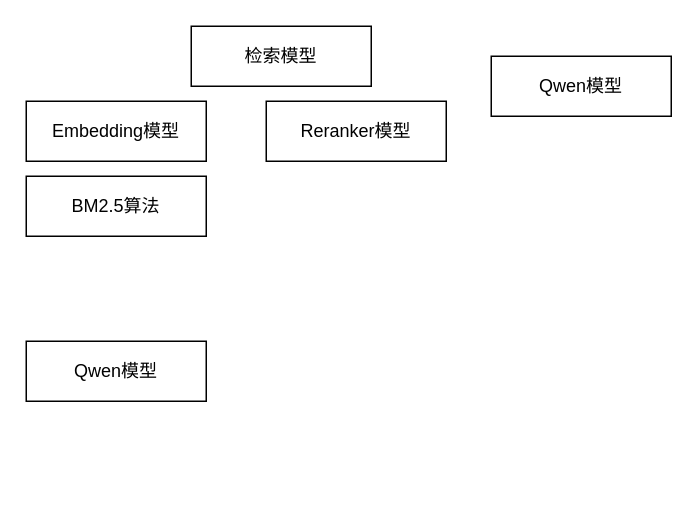
Above: RAG.drawio in limpid-11/drawio (draw.io), before the change. Source tidied: cells renumbered, new cells numbered last; positions are measured from the earlier drawing's top-left corner, leaving out a move shared by most shapes. Both pictures are drawn from the tidied source at 150%, with x=0, y=0 at pixel (26, 26).
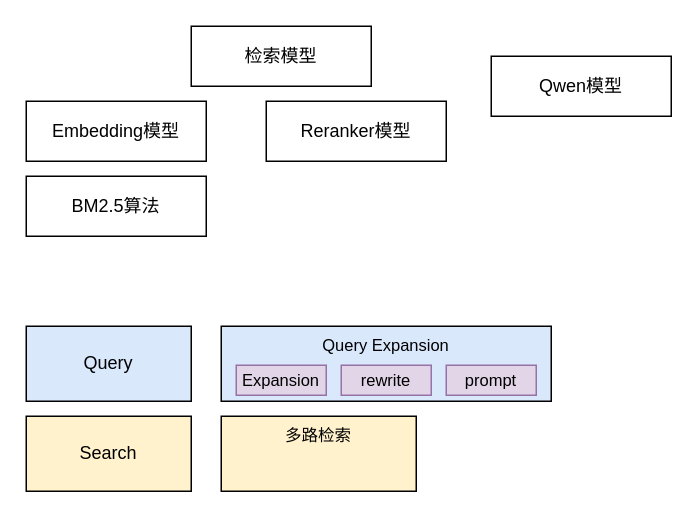
The same diagram, later.

Change to the diagram source:
```diff
@@
 <mxGraphModel>
   <root>
     <mxCell id="0" />
     <mxCell id="1" parent="0" />
     <mxCell id="2" value="Qwen模型" style="rounded=0;whiteSpace=wrap;html=1;" parent="1" vertex="1">
       <mxGeometry x="310" y="20" width="120" height="40" as="geometry" />
     </mxCell>
     <mxCell id="3" value="Embedding模型" style="rounded=0;whiteSpace=wrap;html=1;" parent="1" vertex="1">
       <mxGeometry y="50" width="120" height="40" as="geometry" />
     </mxCell>
     <mxCell id="4" value="BM2.5算法" style="rounded=0;whiteSpace=wrap;html=1;" parent="1" vertex="1">
       <mxGeometry y="100" width="120" height="40" as="geometry" />
     </mxCell>
     <mxCell id="5" value="检索模型" style="rounded=0;whiteSpace=wrap;html=1;" parent="1" vertex="1">
       <mxGeometry x="110" width="120" height="40" as="geometry" />
     </mxCell>
     <mxCell id="6" value="Reranker模型" style="rounded=0;whiteSpace=wrap;html=1;" parent="1" vertex="1">
       <mxGeometry x="160" y="50" width="120" height="40" as="geometry" />
     </mxCell>
-    <mxCell id="7" value="Qwen模型" style="rounded=0;whiteSpace=wrap;html=1;" parent="1" vertex="1">
-      <mxGeometry y="210" width="120" height="40" as="geometry" />
+    <mxCell id="7" value="Query" style="rounded=0;whiteSpace=wrap;html=1;fillColor=#dae8fc;strokeColor=#000000;" parent="1" vertex="1">
+      <mxGeometry y="200" width="110" height="50" as="geometry" />
     </mxCell>
+    <mxCell id="8" value="Query Expansion&lt;div style=&quot;font-size: 11px;&quot;&gt;&lt;br style=&quot;font-size: 11px;&quot;&gt;&lt;/div&gt;" style="rounded=0;whiteSpace=wrap;html=1;fillColor=#dae8fc;strokeColor=#000000;verticalAlign=top;fontSize=11;" parent="1" vertex="1">
+      <mxGeometry x="130" y="200" width="220" height="50" as="geometry" />
+    </mxCell>
+    <mxCell id="9" value="&lt;span style=&quot;font-size: 11px;&quot;&gt;Expansion&lt;/span&gt;" style="rounded=0;whiteSpace=wrap;html=1;fillColor=#e1d5e7;strokeColor=#9673A6;verticalAlign=middle;" parent="1" vertex="1">
+      <mxGeometry x="140" y="226" width="60" height="20" as="geometry" />
+    </mxCell>
+    <mxCell id="10" value="&lt;span style=&quot;font-size: 11px;&quot;&gt;rewrite&lt;/span&gt;" style="rounded=0;whiteSpace=wrap;html=1;fillColor=#e1d5e7;strokeColor=#9673A6;verticalAlign=middle;" parent="1" vertex="1">
+      <mxGeometry x="210" y="226" width="60" height="20" as="geometry" />
+    </mxCell>
+    <mxCell id="11" value="&lt;span style=&quot;font-size: 11px;&quot;&gt;prompt&lt;/span&gt;" style="rounded=0;whiteSpace=wrap;html=1;fillColor=#e1d5e7;strokeColor=#9673A6;verticalAlign=middle;" parent="1" vertex="1">
+      <mxGeometry x="280" y="226" width="60" height="20" as="geometry" />
+    </mxCell>
+    <mxCell id="12" value="Search" style="rounded=0;whiteSpace=wrap;html=1;fillColor=#fff2cc;strokeColor=#000000;" parent="1" vertex="1">
+      <mxGeometry y="260" width="110" height="50" as="geometry" />
+    </mxCell>
+    <mxCell id="13" value="&lt;div style=&quot;font-size: 11px;&quot;&gt;多路检索&lt;/div&gt;" style="rounded=0;whiteSpace=wrap;html=1;fillColor=#fff2cc;strokeColor=#000000;verticalAlign=top;fontSize=11;" parent="1" vertex="1">
+      <mxGeometry x="130" y="260" width="130" height="50" as="geometry" />
+    </mxCell>
   </root>
 </mxGraphModel>
```
